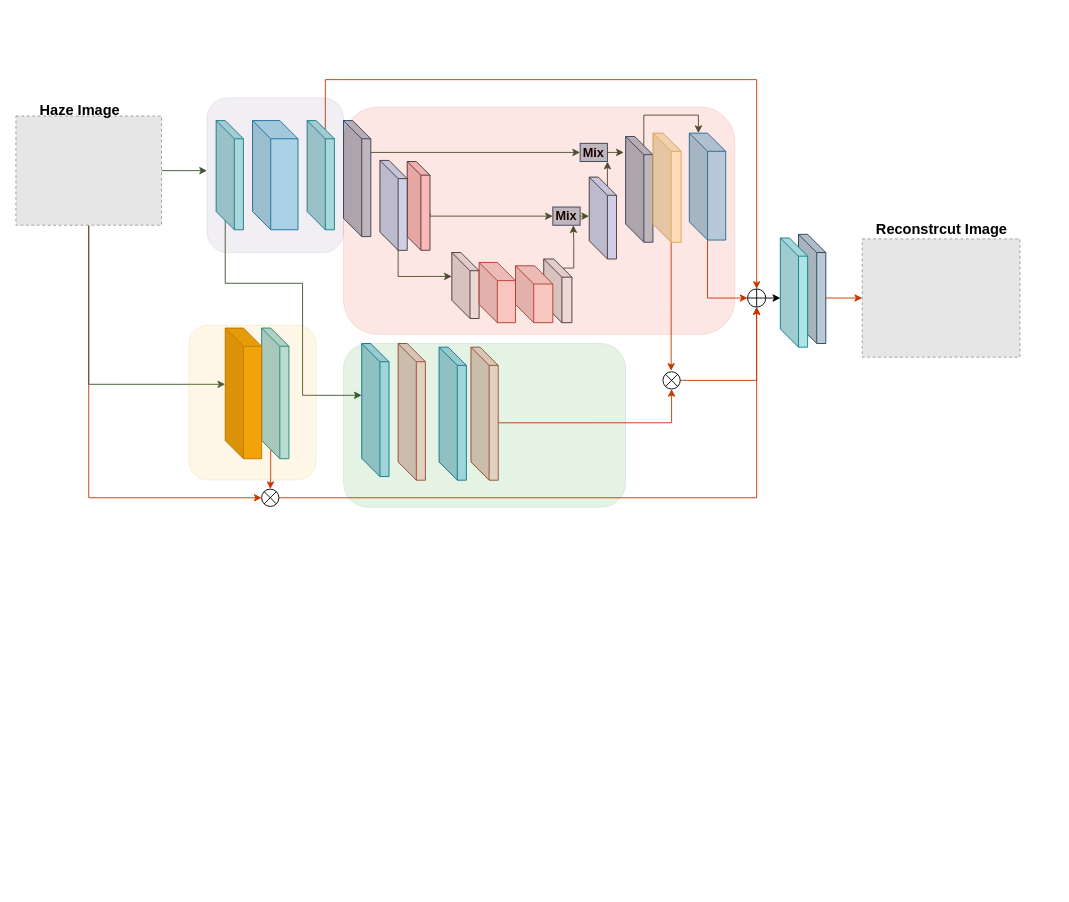
Before: 未命名绘图.drawio in June1238/DenseDepth, a draw.io diagram. Source tidied: cells renumbered, new cells numbered last; positions are measured from the earlier drawing's top-left corner, leaving out a move shared by most shapes. Both pictures are drawn from the tidied source at 91%, with x=0, y=0 at pixel (15, 79). Pictures stored in the file or linked from it are replaced by grey dashed boxes.
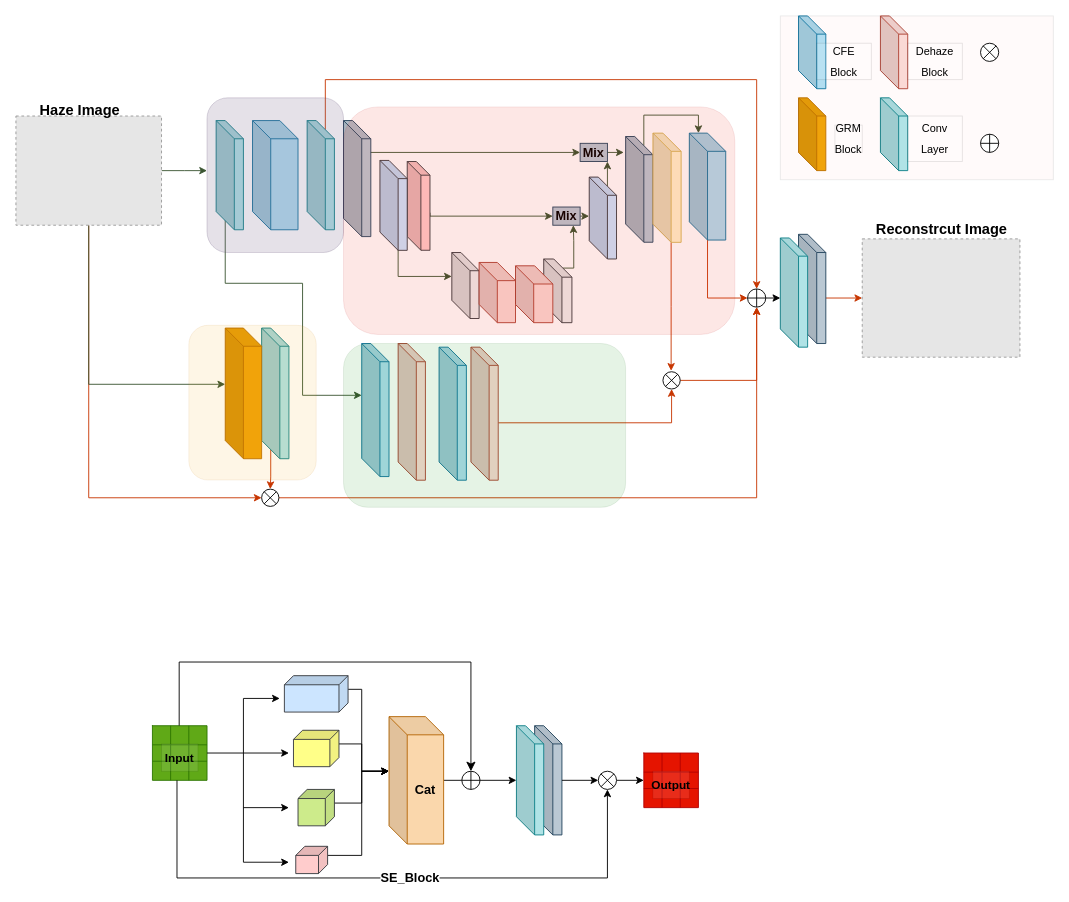
The same diagram, later.

Diff of the diagram source:
```diff
@@
+    <mxCell id="58" style="rounded=0;whiteSpace=wrap;html=1;opacity=10;fillColor=#ffcccc;strokeColor=#36393d;" parent="1" vertex="1">
+      <mxGeometry x="840" y="-70" width="300" height="180" as="geometry" />
+    </mxCell>
+    <mxCell id="59" style="rounded=1;whiteSpace=wrap;html=1;opacity=10;fillColor=#76608a;fontColor=#ffffff;strokeColor=#432D57;" parent="1" vertex="1">
+      <mxGeometry x="210" y="20" width="150" height="170" as="geometry" />
+    </mxCell>
+    <mxCell id="60" style="shape=cube;whiteSpace=wrap;html=1;boundedLbl=1;backgroundOutline=1;darkOpacity=0.05;darkOpacity2=0.1;fillColor=#b1ddf0;strokeColor=#10739e;" parent="1" vertex="1">
+      <mxGeometry x="860" y="-70" width="30" height="80" as="geometry" />
+    </mxCell>
+    <mxCell id="61" style="shape=cube;whiteSpace=wrap;html=1;boundedLbl=1;backgroundOutline=1;darkOpacity=0.05;darkOpacity2=0.1;fillColor=#f0a30a;fontColor=#000000;strokeColor=#BD7000;" parent="1" vertex="1">
+      <mxGeometry x="860" y="20" width="30" height="80" as="geometry" />
+    </mxCell>
+    <mxCell id="62" style="shape=cube;whiteSpace=wrap;html=1;boundedLbl=1;backgroundOutline=1;darkOpacity=0.05;darkOpacity2=0.1;fillColor=#fad9d5;strokeColor=#ae4132;size=20;" parent="1" vertex="1">
+      <mxGeometry x="950" y="-70" width="30" height="80" as="geometry" />
+    </mxCell>
+    <mxCell id="63" style="shape=orEllipse;perimeter=ellipsePerimeter;whiteSpace=wrap;html=1;backgroundOutline=1;" parent="1" vertex="1">
+      <mxGeometry x="1060" y="60" width="20" height="20" as="geometry" />
+    </mxCell>
+    <mxCell id="64" style="shape=sumEllipse;perimeter=ellipsePerimeter;whiteSpace=wrap;html=1;backgroundOutline=1;" parent="1" vertex="1">
+      <mxGeometry x="1060" y="-40" width="20" height="20" as="geometry" />
+    </mxCell>
+    <mxCell id="65" value="&lt;p style=&quot;line-height: 90%;&quot;&gt;&lt;font style=&quot;font-size: 12px;&quot;&gt;CFE&lt;/font&gt;&lt;/p&gt;&lt;p style=&quot;line-height: 90%;&quot;&gt;&lt;font style=&quot;font-size: 12px;&quot;&gt;Block&lt;/font&gt;&lt;/p&gt;" style="rounded=0;whiteSpace=wrap;html=1;opacity=10;" parent="1" vertex="1">
+      <mxGeometry x="880" y="-40" width="60" height="40" as="geometry" />
+    </mxCell>
+    <mxCell id="66" value="&lt;p style=&quot;line-height: 90%;&quot;&gt;&lt;font style=&quot;font-size: 12px;&quot;&gt;GRM&lt;/font&gt;&lt;/p&gt;&lt;p style=&quot;line-height: 90%;&quot;&gt;&lt;span style=&quot;&quot;&gt;Block&lt;/span&gt;&lt;/p&gt;" style="rounded=0;whiteSpace=wrap;html=1;opacity=10;" parent="1" vertex="1">
+      <mxGeometry x="900" y="50" width="30" height="30" as="geometry" />
+    </mxCell>
+    <mxCell id="67" value="&lt;p style=&quot;line-height: 90%;&quot;&gt;&lt;font style=&quot;font-size: 12px;&quot;&gt;Dehaze&lt;/font&gt;&lt;/p&gt;&lt;p style=&quot;line-height: 90%;&quot;&gt;&lt;span style=&quot;&quot;&gt;Block&lt;/span&gt;&lt;/p&gt;" style="rounded=0;whiteSpace=wrap;html=1;opacity=10;" parent="1" vertex="1">
+      <mxGeometry x="980" y="-40" width="60" height="40" as="geometry" />
+    </mxCell>
+    <mxCell id="68" style="shape=cube;whiteSpace=wrap;html=1;boundedLbl=1;backgroundOutline=1;darkOpacity=0.05;darkOpacity2=0.1;fillColor=#b0e3e6;strokeColor=#0e8088;" parent="1" vertex="1">
+      <mxGeometry x="950" y="20" width="30" height="80" as="geometry" />
+    </mxCell>
+    <mxCell id="69" value="&lt;p style=&quot;line-height: 90%;&quot;&gt;&lt;font style=&quot;font-size: 12px;&quot;&gt;&lt;span style=&quot;background-color: initial;&quot;&gt;Conv&lt;/span&gt;&lt;br&gt;&lt;/font&gt;&lt;/p&gt;&lt;p style=&quot;line-height: 90%;&quot;&gt;&lt;span style=&quot;background-color: initial;&quot;&gt;&lt;font style=&quot;font-size: 12px;&quot;&gt;Layer&lt;/font&gt;&lt;/span&gt;&lt;/p&gt;" style="rounded=0;whiteSpace=wrap;html=1;opacity=10;" parent="1" vertex="1">
+      <mxGeometry x="980" y="40" width="60" height="50" as="geometry" />
+    </mxCell>
+    <mxCell id="70" style="edgeStyle=orthogonalEdgeStyle;rounded=0;jettySize=auto;html=1;exitX=0;exitY=0;exitDx=15;exitDy=0;exitPerimeter=0;entryX=0;entryY=0;entryDx=0;entryDy=60;entryPerimeter=0;" parent="1" edge="1" source="71" target="96">
+      <mxGeometry relative="1" as="geometry">
+        <Array as="points">
+          <mxPoint x="380" y="730" />
+          <mxPoint x="380" y="760" />
+        </Array>
+      </mxGeometry>
+    </mxCell>
+    <mxCell id="71" style="shape=cube;whiteSpace=wrap;html=1;boundedLbl=1;backgroundOutline=1;darkOpacity=0.05;darkOpacity2=0.1;size=10;fillColor=#ffff88;strokeColor=#36393d;rotation=90;" parent="1" vertex="1">
+      <mxGeometry x="310" y="710" width="40" height="50" as="geometry" />
+    </mxCell>
+    <mxCell id="72" style="edgeStyle=orthogonalEdgeStyle;rounded=0;jettySize=auto;html=1;exitX=0;exitY=0;exitDx=15;exitDy=0;exitPerimeter=0;entryX=0;entryY=0;entryDx=0;entryDy=60;entryPerimeter=0;" parent="1" edge="1" source="73" target="96">
+      <mxGeometry relative="1" as="geometry">
+        <Array as="points">
+          <mxPoint x="380" y="670" />
+          <mxPoint x="380" y="760" />
+        </Array>
+      </mxGeometry>
+    </mxCell>
+    <mxCell id="73" style="shape=cube;whiteSpace=wrap;html=1;boundedLbl=1;backgroundOutline=1;darkOpacity=0.05;darkOpacity2=0.1;size=10;fillColor=#cce5ff;strokeColor=#36393d;rotation=90;" parent="1" vertex="1">
+      <mxGeometry x="310" y="640" width="40" height="70" as="geometry" />
+    </mxCell>
+    <mxCell id="74" style="edgeStyle=orthogonalEdgeStyle;rounded=0;jettySize=auto;html=1;exitX=0;exitY=0;exitDx=15;exitDy=0;exitPerimeter=0;entryX=0;entryY=0;entryDx=0;entryDy=60;entryPerimeter=0;" parent="1" edge="1" source="75" target="96">
+      <mxGeometry relative="1" as="geometry" />
+    </mxCell>
+    <mxCell id="75" style="shape=cube;whiteSpace=wrap;html=1;boundedLbl=1;backgroundOutline=1;darkOpacity=0.05;darkOpacity2=0.1;size=10;fillColor=#cdeb8b;strokeColor=#36393d;rotation=90;" parent="1" vertex="1">
+      <mxGeometry x="310" y="780" width="40" height="40" as="geometry" />
+    </mxCell>
+    <mxCell id="76" style="edgeStyle=orthogonalEdgeStyle;rounded=0;jettySize=auto;html=1;exitX=0;exitY=0;exitDx=10;exitDy=0;exitPerimeter=0;entryX=0;entryY=0;entryDx=0;entryDy=60;entryPerimeter=0;" parent="1" edge="1" source="77" target="96">
+      <mxGeometry relative="1" as="geometry">
+        <Array as="points">
+          <mxPoint x="380" y="853" />
+          <mxPoint x="380" y="760" />
+        </Array>
+      </mxGeometry>
+    </mxCell>
+    <mxCell id="77" style="shape=cube;whiteSpace=wrap;html=1;boundedLbl=1;backgroundOutline=1;darkOpacity=0.05;darkOpacity2=0.1;size=10;fillColor=#ffcccc;strokeColor=#36393d;rotation=90;" parent="1" vertex="1">
+      <mxGeometry x="310" y="840" width="30" height="35" as="geometry" />
+    </mxCell>
+    <mxCell id="78" style="shape=table;startSize=0;childLayout=tableLayout;fontSize=16;fillColor=#60a917;fontColor=#ffffff;strokeColor=#2D7600;" parent="1" vertex="1">
+      <mxGeometry x="150" y="710" width="60" height="60" as="geometry" />
+    </mxCell>
+    <mxCell id="79" style="shape=tableRow;horizontal=0;startSize=0;swimlaneHead=0;swimlaneBody=0;strokeColor=inherit;top=0;left=0;bottom=0;right=0;fillColor=none;points=[[0,0.5],[1,0.5]];portConstraint=eastwest;fontSize=16;" parent="78" vertex="1">
+      <mxGeometry width="60" height="21" as="geometry" />
+    </mxCell>
+    <mxCell id="80" style="shape=partialRectangle;html=1;whiteSpace=wrap;strokeColor=inherit;overflow=hidden;fillColor=none;top=0;left=0;bottom=0;right=0;fontSize=16;opacity=0;" parent="79" vertex="1">
+      <mxGeometry width="20" height="21" as="geometry" />
+    </mxCell>
+    <mxCell id="81" style="shape=partialRectangle;html=1;whiteSpace=wrap;strokeColor=inherit;overflow=hidden;fillColor=none;top=0;left=0;bottom=0;right=0;fontSize=16;" parent="79" vertex="1">
+      <mxGeometry x="20" width="20" height="21" as="geometry" />
+    </mxCell>
+    <mxCell id="82" style="shape=partialRectangle;html=1;whiteSpace=wrap;strokeColor=inherit;overflow=hidden;fillColor=none;top=0;left=0;bottom=0;right=0;fontSize=16;" parent="79" vertex="1">
+      <mxGeometry x="40" width="20" height="21" as="geometry" />
+    </mxCell>
+    <mxCell id="83" style="shape=tableRow;horizontal=0;startSize=0;swimlaneHead=0;swimlaneBody=0;strokeColor=inherit;top=0;left=0;bottom=0;right=0;fillColor=none;points=[[0,0.5],[1,0.5]];portConstraint=eastwest;fontSize=16;" parent="78" vertex="1">
+      <mxGeometry y="21" width="60" height="18" as="geometry" />
+    </mxCell>
+    <mxCell id="84" style="shape=partialRectangle;html=1;whiteSpace=wrap;strokeColor=inherit;overflow=hidden;fillColor=none;top=0;left=0;bottom=0;right=0;fontSize=16;" parent="83" vertex="1">
+      <mxGeometry width="20" height="18" as="geometry" />
+    </mxCell>
+    <mxCell id="85" style="shape=partialRectangle;html=1;whiteSpace=wrap;strokeColor=inherit;overflow=hidden;fillColor=none;top=0;left=0;bottom=0;right=0;fontSize=16;" parent="83" vertex="1">
+      <mxGeometry x="20" width="20" height="18" as="geometry" />
+    </mxCell>
+    <mxCell id="86" style="shape=partialRectangle;html=1;whiteSpace=wrap;strokeColor=inherit;overflow=hidden;fillColor=none;top=0;left=0;bottom=0;right=0;fontSize=16;" parent="83" vertex="1">
+      <mxGeometry x="40" width="20" height="18" as="geometry" />
+    </mxCell>
+    <mxCell id="87" style="shape=tableRow;horizontal=0;startSize=0;swimlaneHead=0;swimlaneBody=0;strokeColor=inherit;top=0;left=0;bottom=0;right=0;fillColor=none;fontSize=16;" parent="78" vertex="1">
+      <mxGeometry y="39" width="60" height="21" as="geometry" />
+    </mxCell>
+    <mxCell id="88" style="shape=partialRectangle;html=1;whiteSpace=wrap;strokeColor=inherit;overflow=hidden;fillColor=none;top=0;left=0;bottom=0;right=0;fontSize=16;" parent="87" vertex="1">
+      <mxGeometry width="20" height="21" as="geometry" />
+    </mxCell>
+    <mxCell id="89" style="shape=partialRectangle;html=1;whiteSpace=wrap;strokeColor=inherit;overflow=hidden;fillColor=none;top=0;left=0;bottom=0;right=0;fontSize=16;" parent="87" vertex="1">
+      <mxGeometry x="20" width="20" height="21" as="geometry" />
+    </mxCell>
+    <mxCell id="90" style="shape=partialRectangle;html=1;whiteSpace=wrap;strokeColor=inherit;overflow=hidden;fillColor=none;top=0;left=0;bottom=0;right=0;fontSize=16;" parent="87" vertex="1">
+      <mxGeometry x="40" width="20" height="21" as="geometry" />
+    </mxCell>
+    <mxCell id="91" style="endArrow=classic;html=1;rounded=0;exitX=1;exitY=0.5;exitDx=0;exitDy=0;" parent="1" edge="1" source="83">
+      <mxGeometry relative="1" as="geometry">
+        <mxPoint x="290" y="680" as="targetPoint" />
+        <Array as="points">
+          <mxPoint x="250" y="740" />
+          <mxPoint x="250" y="680" />
+        </Array>
+      </mxGeometry>
+    </mxCell>
+    <mxCell id="92" style="endArrow=classic;html=1;rounded=0;" parent="1" edge="1">
+      <mxGeometry relative="1" as="geometry">
+        <mxPoint x="250" y="740" as="sourcePoint" />
+        <mxPoint x="300" y="740" as="targetPoint" />
+      </mxGeometry>
+    </mxCell>
+    <mxCell id="93" style="endArrow=classic;html=1;rounded=0;" parent="1" edge="1">
+      <mxGeometry relative="1" as="geometry">
+        <mxPoint x="250" y="800" as="sourcePoint" />
+        <mxPoint x="300" y="800" as="targetPoint" />
+      </mxGeometry>
+    </mxCell>
+    <mxCell id="94" style="endArrow=classic;html=1;rounded=0;" parent="1" edge="1">
+      <mxGeometry relative="1" as="geometry">
+        <mxPoint x="250" y="740" as="sourcePoint" />
+        <mxPoint x="300" y="860" as="targetPoint" />
+        <Array as="points">
+          <mxPoint x="250" y="860" />
+        </Array>
+      </mxGeometry>
+    </mxCell>
+    <mxCell id="95" style="edgeStyle=orthogonalEdgeStyle;rounded=0;jettySize=auto;html=1;" parent="1" edge="1" source="96" target="98">
+      <mxGeometry relative="1" as="geometry" />
+    </mxCell>
+    <mxCell id="96" value="&lt;font style=&quot;font-size: 14px;&quot;&gt;&lt;b&gt;Cat&lt;/b&gt;&lt;/font&gt;" style="shape=cube;whiteSpace=wrap;html=1;boundedLbl=1;backgroundOutline=1;darkOpacity=0.05;darkOpacity2=0.1;fillColor=#fad7ac;strokeColor=#b46504;" parent="1" vertex="1">
+      <mxGeometry x="410" y="700" width="60" height="140" as="geometry" />
+    </mxCell>
+    <mxCell id="97" style="shape=cube;whiteSpace=wrap;html=1;boundedLbl=1;backgroundOutline=1;darkOpacity=0.05;darkOpacity2=0.1;fillColor=#bac8d3;strokeColor=#23445d;" parent="1" vertex="1">
+      <mxGeometry x="570" y="710" width="30" height="120" as="geometry" />
+    </mxCell>
+    <mxCell id="98" style="shape=cube;whiteSpace=wrap;html=1;boundedLbl=1;backgroundOutline=1;darkOpacity=0.05;darkOpacity2=0.1;fillColor=#b0e3e6;strokeColor=#0e8088;" parent="1" vertex="1">
+      <mxGeometry x="550" y="710" width="30" height="120" as="geometry" />
+    </mxCell>
+    <mxCell id="99" style="shape=orEllipse;perimeter=ellipsePerimeter;whiteSpace=wrap;html=1;backgroundOutline=1;" parent="1" vertex="1">
+      <mxGeometry x="490" y="760" width="20" height="20" as="geometry" />
+    </mxCell>
+    <mxCell id="100" style="edgeStyle=elbowEdgeStyle;elbow=vertical;endArrow=classic;html=1;curved=0;rounded=0;endSize=8;startSize=8;exitX=0.49;exitY=-0.006;exitDx=0;exitDy=0;exitPerimeter=0;entryX=0.5;entryY=0;entryDx=0;entryDy=0;" parent="1" edge="1" source="79" target="99">
+      <mxGeometry relative="1" as="geometry">
+        <Array as="points">
+          <mxPoint x="490" y="640" />
+        </Array>
+      </mxGeometry>
+    </mxCell>
+    <mxCell id="101" style="edgeStyle=orthogonalEdgeStyle;rounded=0;jettySize=auto;html=1;exitX=1;exitY=0.5;exitDx=0;exitDy=0;entryX=0;entryY=0.5;entryDx=0;entryDy=0;" parent="1" edge="1" source="102" target="111">
+      <mxGeometry relative="1" as="geometry" />
+    </mxCell>
+    <mxCell id="102" style="shape=sumEllipse;perimeter=ellipsePerimeter;whiteSpace=wrap;html=1;backgroundOutline=1;" parent="1" vertex="1">
+      <mxGeometry x="640" y="760" width="20" height="20" as="geometry" />
+    </mxCell>
+    <mxCell id="103" style="endArrow=classic;html=1;rounded=0;" parent="1" edge="1">
+      <mxGeometry relative="1" as="geometry">
+        <mxPoint x="600" y="770" as="sourcePoint" />
+        <mxPoint x="640" y="770" as="targetPoint" />
+      </mxGeometry>
+    </mxCell>
+    <mxCell id="104" style="endArrow=classic;html=1;rounded=0;" parent="1" edge="1">
+      <mxGeometry relative="1" as="geometry">
+        <mxPoint x="177" y="770" as="sourcePoint" />
+        <mxPoint x="650" y="780" as="targetPoint" />
+        <Array as="points">
+          <mxPoint x="177" y="877.3" />
+          <mxPoint x="650" y="877.3" />
+        </Array>
+      </mxGeometry>
+    </mxCell>
+    <mxCell id="105" value="&lt;font style=&quot;font-size: 14px;&quot;&gt;&lt;b&gt;SE_Block&lt;/b&gt;&lt;/font&gt;" style="edgeLabel;html=1;align=center;verticalAlign=middle;" parent="104" vertex="1">
+      <mxGeometry x="0.07" y="1" relative="1" as="geometry" />
+    </mxCell>
+    <mxCell id="106" style="shape=table;startSize=0;childLayout=tableLayout;fontSize=16;fillColor=#e51400;fontColor=#ffffff;strokeColor=#B20000;" parent="1" vertex="1">
+      <mxGeometry x="690" y="740" width="60" height="60" as="geometry" />
+    </mxCell>
+    <mxCell id="107" style="shape=tableRow;horizontal=0;startSize=0;swimlaneHead=0;swimlaneBody=0;strokeColor=inherit;top=0;left=0;bottom=0;right=0;fillColor=none;fontSize=16;" parent="106" vertex="1">
+      <mxGeometry width="60" height="21" as="geometry" />
+    </mxCell>
+    <mxCell id="108" style="shape=partialRectangle;html=1;whiteSpace=wrap;strokeColor=inherit;overflow=hidden;fillColor=none;top=0;left=0;bottom=0;right=0;fontSize=16;opacity=0;" parent="107" vertex="1">
+      <mxGeometry width="20" height="21" as="geometry" />
+    </mxCell>
+    <mxCell id="109" style="shape=partialRectangle;html=1;whiteSpace=wrap;strokeColor=inherit;overflow=hidden;fillColor=none;top=0;left=0;bottom=0;right=0;fontSize=16;" parent="107" vertex="1">
+      <mxGeometry x="20" width="20" height="21" as="geometry" />
+    </mxCell>
+    <mxCell id="110" style="shape=partialRectangle;html=1;whiteSpace=wrap;strokeColor=inherit;overflow=hidden;fillColor=none;top=0;left=0;bottom=0;right=0;fontSize=16;" parent="107" vertex="1">
+      <mxGeometry x="40" width="20" height="21" as="geometry" />
+    </mxCell>
+    <mxCell id="111" style="shape=tableRow;horizontal=0;startSize=0;swimlaneHead=0;swimlaneBody=0;strokeColor=inherit;top=0;left=0;bottom=0;right=0;fillColor=none;points=[[0,0.5],[1,0.5]];portConstraint=eastwest;fontSize=16;" parent="106" vertex="1">
+      <mxGeometry y="21" width="60" height="18" as="geometry" />
+    </mxCell>
+    <mxCell id="112" style="shape=partialRectangle;html=1;whiteSpace=wrap;strokeColor=inherit;overflow=hidden;fillColor=none;top=0;left=0;bottom=0;right=0;fontSize=16;" parent="111" vertex="1">
+      <mxGeometry width="20" height="18" as="geometry" />
+    </mxCell>
+    <mxCell id="113" style="shape=partialRectangle;html=1;whiteSpace=wrap;strokeColor=inherit;overflow=hidden;fillColor=none;top=0;left=0;bottom=0;right=0;fontSize=16;" parent="111" vertex="1">
+      <mxGeometry x="20" width="20" height="18" as="geometry" />
+    </mxCell>
+    <mxCell id="114" style="shape=partialRectangle;html=1;whiteSpace=wrap;strokeColor=inherit;overflow=hidden;fillColor=none;top=0;left=0;bottom=0;right=0;fontSize=16;" parent="111" vertex="1">
+      <mxGeometry x="40" width="20" height="18" as="geometry" />
+    </mxCell>
+    <mxCell id="115" style="shape=tableRow;horizontal=0;startSize=0;swimlaneHead=0;swimlaneBody=0;strokeColor=inherit;top=0;left=0;bottom=0;right=0;fillColor=none;fontSize=16;" parent="106" vertex="1">
+      <mxGeometry y="39" width="60" height="21" as="geometry" />
+    </mxCell>
+    <mxCell id="116" style="shape=partialRectangle;html=1;whiteSpace=wrap;strokeColor=inherit;overflow=hidden;fillColor=none;top=0;left=0;bottom=0;right=0;fontSize=16;" parent="115" vertex="1">
+      <mxGeometry width="20" height="21" as="geometry" />
+    </mxCell>
+    <mxCell id="117" style="shape=partialRectangle;html=1;whiteSpace=wrap;strokeColor=inherit;overflow=hidden;fillColor=none;top=0;left=0;bottom=0;right=0;fontSize=16;" parent="115" vertex="1">
+      <mxGeometry x="20" width="20" height="21" as="geometry" />
+    </mxCell>
+    <mxCell id="118" style="shape=partialRectangle;html=1;whiteSpace=wrap;strokeColor=inherit;overflow=hidden;fillColor=none;top=0;left=0;bottom=0;right=0;fontSize=16;" parent="115" vertex="1">
+      <mxGeometry x="40" width="20" height="21" as="geometry" />
+    </mxCell>
+    <mxCell id="119" value="&lt;font style=&quot;font-size: 13px;&quot;&gt;&lt;b&gt;Input&lt;/b&gt;&lt;/font&gt;" style="rounded=0;whiteSpace=wrap;html=1;opacity=10;" parent="1" vertex="1">
+      <mxGeometry x="160" y="730" width="40" height="30" as="geometry" />
+    </mxCell>
+    <mxCell id="120" value="&lt;font style=&quot;font-size: 13px;&quot;&gt;&lt;b&gt;Output&lt;/b&gt;&lt;/font&gt;" style="rounded=0;whiteSpace=wrap;html=1;opacity=10;" parent="1" vertex="1">
+      <mxGeometry x="700" y="760" width="40" height="30" as="geometry" />
+    </mxCell>
```
